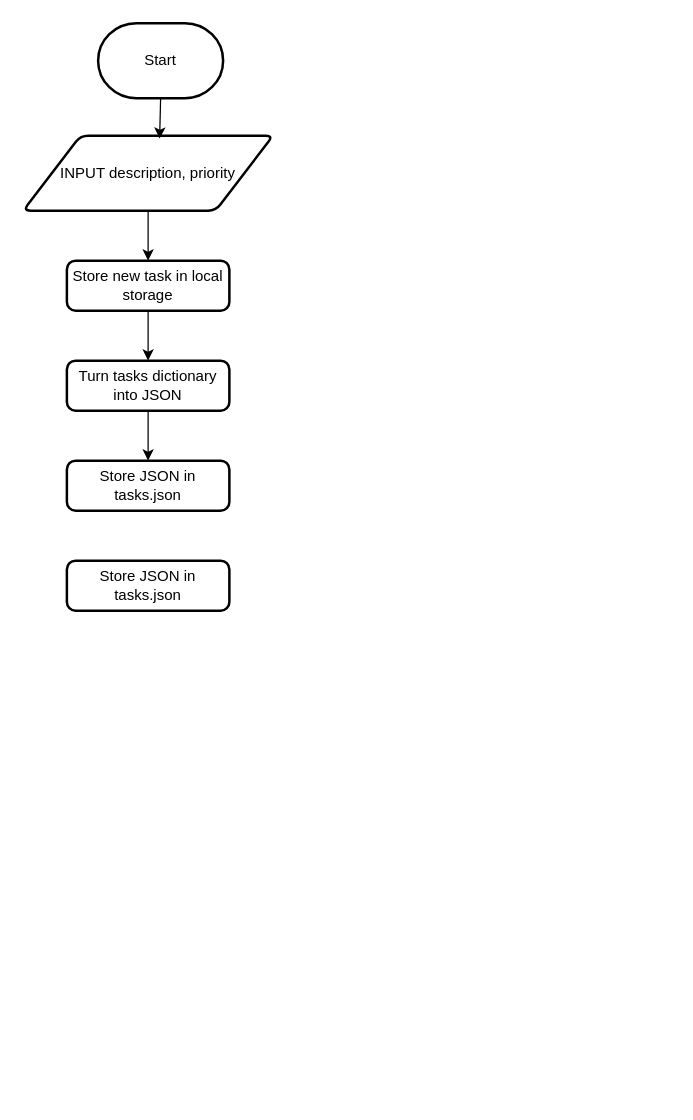
Before: planning/flowcharts.drawio in Jayden-Briffa/task-tracker-datacapture, a draw.io diagram. Source tidied: cells renumbered, new cells numbered last; positions are measured from the earlier drawing's top-left corner, leaving out a move shared by most shapes. Both pictures are drawn from the tidied source at 125%, with x=0, y=0 at pixel (22, 22).
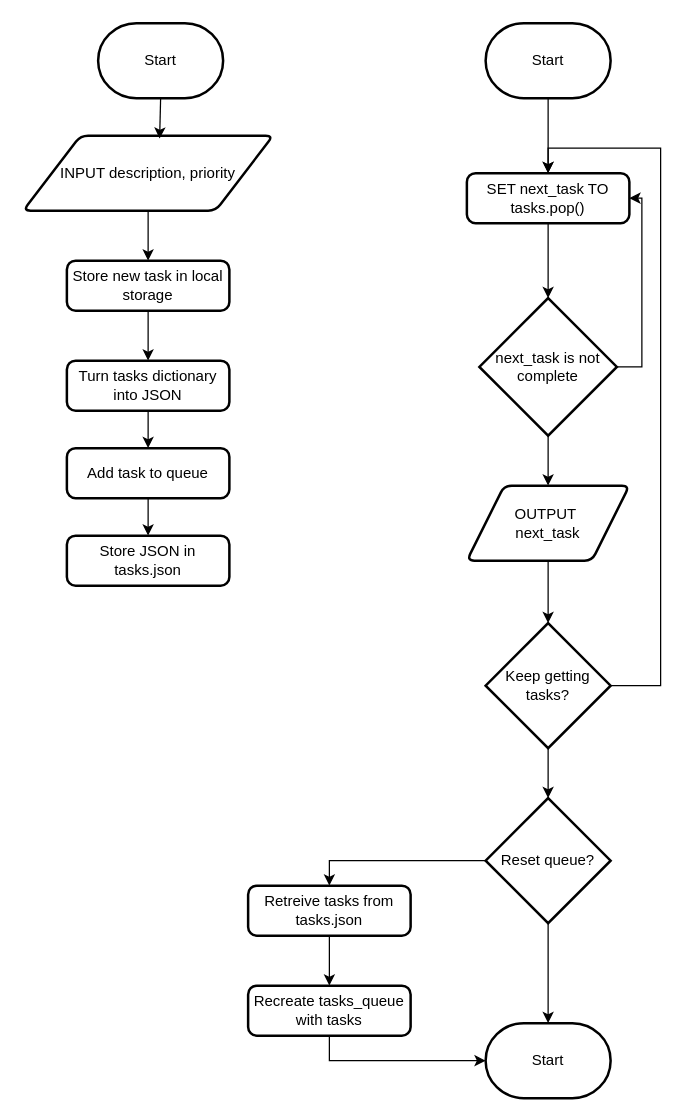
After the change.

Commit message (it also covers changes not shown here):
Add plan for priority queue interactions with state

Unchanged cells that the change refers to:
```xml
<mxCell id="9" value="Turn tasks dictionary into JSON" style="rounded=1;whiteSpace=wrap;html=1;absoluteArcSize=1;arcSize=14;strokeWidth=2;" parent="1" vertex="1">
  <mxGeometry x="35" y="270" width="130" height="40" as="geometry" />
</mxCell>
```

Diff of the diagram source:
```diff
@@
-    <mxCell id="8" style="edgeStyle=orthogonalEdgeStyle;rounded=0;jettySize=auto;html=1;exitX=0.5;exitY=1;exitDx=0;exitDy=0;entryX=0.5;entryY=0;entryDx=0;entryDy=0;" parent="1" edge="1" source="9" target="10">
-      <mxGeometry relative="1" as="geometry" />
-    </mxCell>
+    <mxCell id="12" style="edgeStyle=orthogonalEdgeStyle;rounded=0;jettySize=auto;html=1;exitX=0.5;exitY=1;exitDx=0;exitDy=0;" parent="1" edge="1" source="9" target="11">
+      <mxGeometry relative="1" as="geometry" />
+    </mxCell>
@@
     <mxCell id="10" value="Store JSON in tasks.json" style="rounded=1;whiteSpace=wrap;html=1;absoluteArcSize=1;arcSize=14;strokeWidth=2;" parent="1" vertex="1">
-      <mxGeometry x="35" y="350" width="130" height="40" as="geometry" />
+      <mxGeometry x="35" y="410" width="130" height="40" as="geometry" />
     </mxCell>
+    <mxCell id="13" style="edgeStyle=orthogonalEdgeStyle;rounded=0;jettySize=auto;html=1;exitX=0.5;exitY=1;exitDx=0;exitDy=0;entryX=0.5;entryY=0;entryDx=0;entryDy=0;" parent="1" edge="1" source="11" target="10">
+      <mxGeometry relative="1" as="geometry" />
+    </mxCell>
-    <mxCell id="11" value="Store JSON in tasks.json" style="rounded=1;whiteSpace=wrap;html=1;absoluteArcSize=1;arcSize=14;strokeWidth=2;" parent="1" vertex="1">
-      <mxGeometry x="35" y="430" width="130" height="40" as="geometry" />
+    <mxCell id="11" value="Add task to queue" style="rounded=1;whiteSpace=wrap;html=1;absoluteArcSize=1;arcSize=14;strokeWidth=2;" parent="1" vertex="1">
+      <mxGeometry x="35" y="340" width="130" height="40" as="geometry" />
     </mxCell>
+    <mxCell id="14" style="edgeStyle=orthogonalEdgeStyle;rounded=0;jettySize=auto;html=1;exitX=0.5;exitY=1;exitDx=0;exitDy=0;exitPerimeter=0;" parent="1" edge="1" source="15" target="16">
+      <mxGeometry relative="1" as="geometry" />
+    </mxCell>
+    <mxCell id="15" value="Start" style="strokeWidth=2;html=1;shape=mxgraph.flowchart.terminator;whiteSpace=wrap;" parent="1" vertex="1">
+      <mxGeometry x="370" width="100" height="60" as="geometry" />
+    </mxCell>
+    <mxCell id="16" value="SET next_task TO tasks.pop()" style="rounded=1;whiteSpace=wrap;html=1;absoluteArcSize=1;arcSize=14;strokeWidth=2;" parent="1" vertex="1">
+      <mxGeometry x="355" y="120" width="130" height="40" as="geometry" />
+    </mxCell>
+    <mxCell id="17" style="edgeStyle=orthogonalEdgeStyle;rounded=0;jettySize=auto;html=1;exitX=1;exitY=0.5;exitDx=0;exitDy=0;exitPerimeter=0;entryX=0.5;entryY=0;entryDx=0;entryDy=0;" parent="1" edge="1" source="18" target="16">
+      <mxGeometry relative="1" as="geometry">
+        <Array as="points">
+          <mxPoint x="510" y="530" />
+          <mxPoint x="510" y="100" />
+          <mxPoint x="420" y="100" />
+        </Array>
+      </mxGeometry>
+    </mxCell>
+    <mxCell id="18" value="Keep getting tasks?" style="strokeWidth=2;html=1;shape=mxgraph.flowchart.decision;whiteSpace=wrap;" parent="1" vertex="1">
+      <mxGeometry x="370" y="480" width="100" height="100" as="geometry" />
+    </mxCell>
+    <mxCell id="19" style="edgeStyle=orthogonalEdgeStyle;rounded=0;jettySize=auto;html=1;exitX=1;exitY=0.5;exitDx=0;exitDy=0;exitPerimeter=0;entryX=1;entryY=0.5;entryDx=0;entryDy=0;" parent="1" edge="1" source="21" target="16">
+      <mxGeometry relative="1" as="geometry" />
+    </mxCell>
+    <mxCell id="20" style="edgeStyle=orthogonalEdgeStyle;rounded=0;jettySize=auto;html=1;exitX=0.5;exitY=1;exitDx=0;exitDy=0;exitPerimeter=0;entryX=0.5;entryY=0;entryDx=0;entryDy=0;" parent="1" edge="1" source="21" target="23">
+      <mxGeometry relative="1" as="geometry" />
+    </mxCell>
+    <mxCell id="21" value="next_task is not complete" style="strokeWidth=2;html=1;shape=mxgraph.flowchart.decision;whiteSpace=wrap;" parent="1" vertex="1">
+      <mxGeometry x="365" y="220" width="110" height="110" as="geometry" />
+    </mxCell>
+    <mxCell id="22" style="edgeStyle=orthogonalEdgeStyle;rounded=0;jettySize=auto;html=1;exitX=0.5;exitY=1;exitDx=0;exitDy=0;entryX=0.5;entryY=0;entryDx=0;entryDy=0;entryPerimeter=0;" parent="1" edge="1" source="16" target="21">
+      <mxGeometry relative="1" as="geometry" />
+    </mxCell>
+    <mxCell id="23" value="OUTPUT&amp;nbsp;&lt;div&gt;next_task&lt;/div&gt;" style="shape=parallelogram;html=1;strokeWidth=2;perimeter=parallelogramPerimeter;whiteSpace=wrap;rounded=1;arcSize=12;size=0.23;" parent="1" vertex="1">
+      <mxGeometry x="355" y="370" width="130" height="60" as="geometry" />
+    </mxCell>
+    <mxCell id="24" style="edgeStyle=orthogonalEdgeStyle;rounded=0;jettySize=auto;html=1;exitX=0.5;exitY=1;exitDx=0;exitDy=0;entryX=0.5;entryY=0;entryDx=0;entryDy=0;entryPerimeter=0;" parent="1" edge="1" source="23" target="18">
+      <mxGeometry relative="1" as="geometry" />
+    </mxCell>
+    <mxCell id="25" style="edgeStyle=orthogonalEdgeStyle;rounded=0;jettySize=auto;html=1;exitX=0;exitY=0.5;exitDx=0;exitDy=0;exitPerimeter=0;entryX=0.5;entryY=0;entryDx=0;entryDy=0;" parent="1" edge="1" source="26" target="30">
+      <mxGeometry relative="1" as="geometry" />
+    </mxCell>
+    <mxCell id="26" value="Reset queue?" style="strokeWidth=2;html=1;shape=mxgraph.flowchart.decision;whiteSpace=wrap;" parent="1" vertex="1">
+      <mxGeometry x="370" y="620" width="100" height="100" as="geometry" />
+    </mxCell>
+    <mxCell id="27" style="edgeStyle=orthogonalEdgeStyle;rounded=0;jettySize=auto;html=1;exitX=0.5;exitY=1;exitDx=0;exitDy=0;exitPerimeter=0;entryX=0.5;entryY=0;entryDx=0;entryDy=0;entryPerimeter=0;" parent="1" edge="1" source="18" target="26">
+      <mxGeometry relative="1" as="geometry" />
+    </mxCell>
+    <mxCell id="28" value="Start" style="strokeWidth=2;html=1;shape=mxgraph.flowchart.terminator;whiteSpace=wrap;" parent="1" vertex="1">
+      <mxGeometry x="370" y="800" width="100" height="60" as="geometry" />
+    </mxCell>
+    <mxCell id="29" style="edgeStyle=orthogonalEdgeStyle;rounded=0;jettySize=auto;html=1;exitX=0.5;exitY=1;exitDx=0;exitDy=0;entryX=0.5;entryY=0;entryDx=0;entryDy=0;" parent="1" edge="1" source="30" target="31">
+      <mxGeometry relative="1" as="geometry" />
+    </mxCell>
+    <mxCell id="30" value="Retreive tasks from tasks.json" style="rounded=1;whiteSpace=wrap;html=1;absoluteArcSize=1;arcSize=14;strokeWidth=2;" parent="1" vertex="1">
+      <mxGeometry x="180" y="690" width="130" height="40" as="geometry" />
+    </mxCell>
+    <mxCell id="31" value="Recreate tasks_queue with tasks" style="rounded=1;whiteSpace=wrap;html=1;absoluteArcSize=1;arcSize=14;strokeWidth=2;" parent="1" vertex="1">
+      <mxGeometry x="180" y="770" width="130" height="40" as="geometry" />
+    </mxCell>
+    <mxCell id="32" style="edgeStyle=orthogonalEdgeStyle;rounded=0;jettySize=auto;html=1;exitX=0.5;exitY=1;exitDx=0;exitDy=0;exitPerimeter=0;entryX=0.5;entryY=0;entryDx=0;entryDy=0;entryPerimeter=0;" parent="1" edge="1" source="26" target="28">
+      <mxGeometry relative="1" as="geometry" />
+    </mxCell>
+    <mxCell id="33" style="edgeStyle=orthogonalEdgeStyle;rounded=0;jettySize=auto;html=1;exitX=0.5;exitY=1;exitDx=0;exitDy=0;entryX=0;entryY=0.5;entryDx=0;entryDy=0;entryPerimeter=0;" parent="1" edge="1" source="31" target="28">
+      <mxGeometry relative="1" as="geometry" />
+    </mxCell>
```
